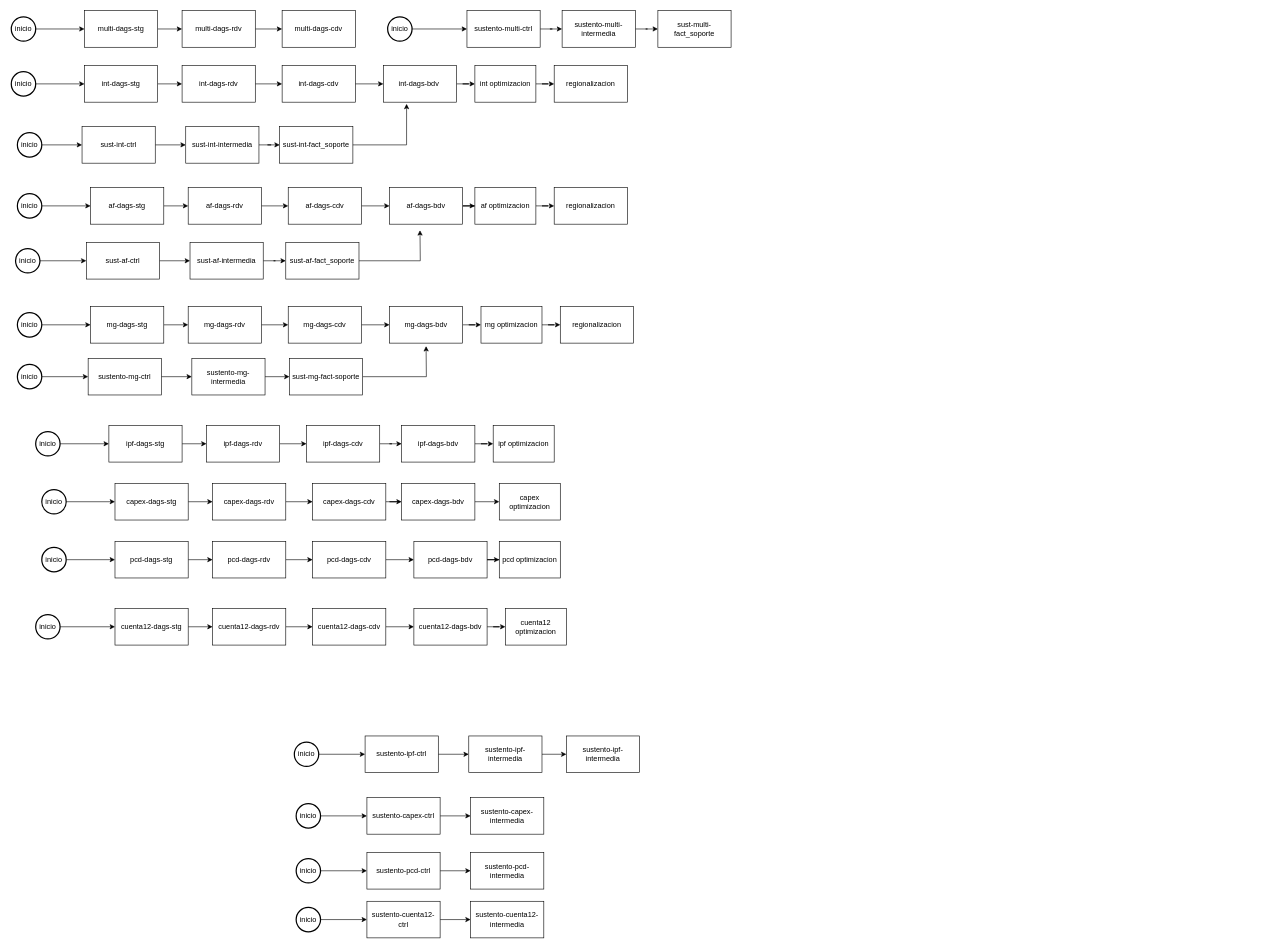
This is diagrama-orquestado-airflow.drawio from carlsromec/procesos-diagramas, a draw.io file, before an edit. Source tidied: cells renumbered, new cells numbered last; positions are measured from the earlier drawing's top-left corner, leaving out a move shared by most shapes. Both pictures are drawn from the tidied source at 61%, with x=0, y=0 at pixel (11, 10).
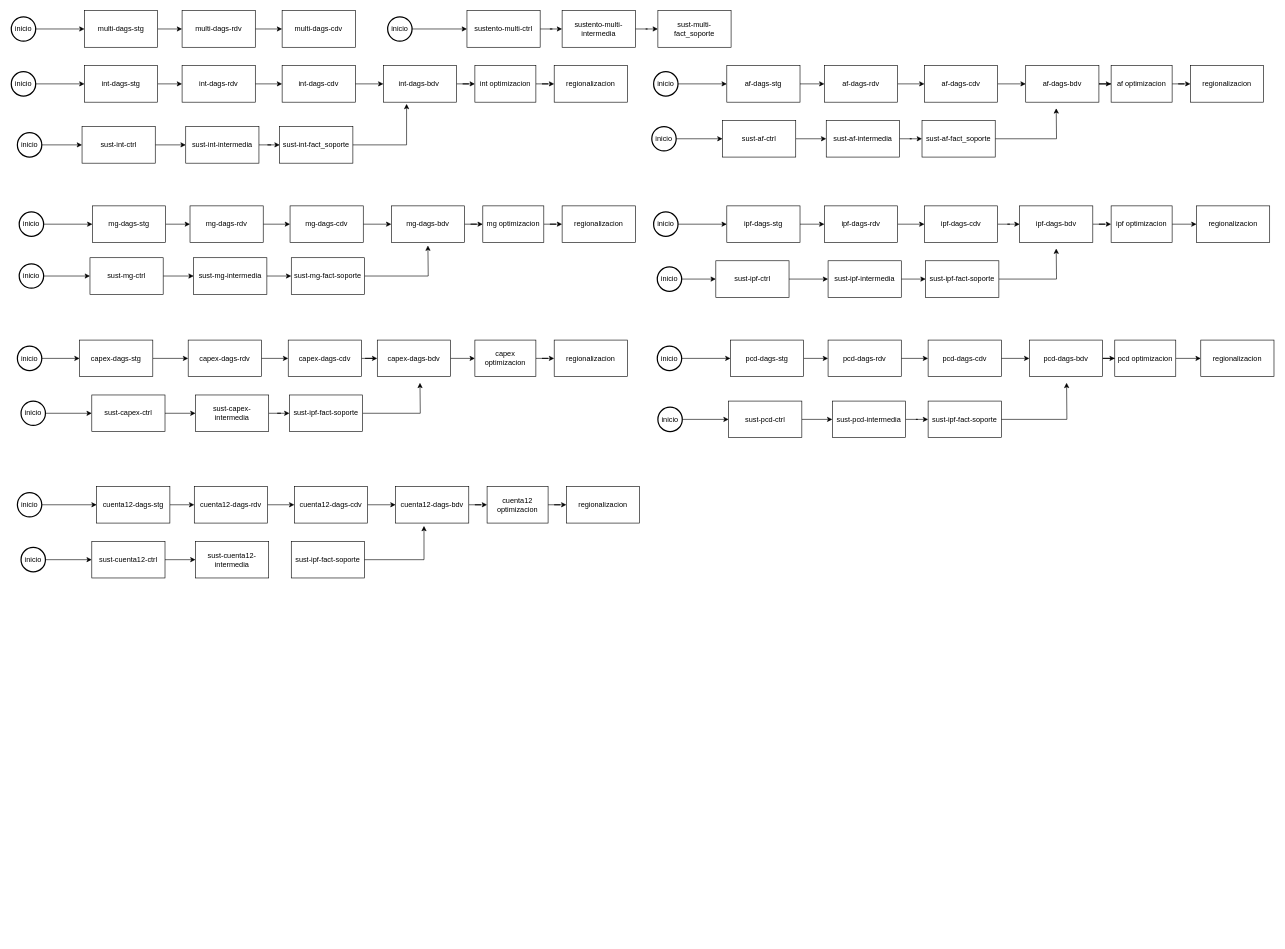
After the change.

The edit, as a diff of the source:
```diff
@@
     <mxCell id="16" value="af-dags-stg" style="rounded=0;whiteSpace=wrap;html=1;" parent="1" vertex="1">
-      <mxGeometry x="130" y="290" width="120" height="60" as="geometry" />
+      <mxGeometry x="1173" y="90" width="120" height="60" as="geometry" />
     </mxCell>
@@
     <mxCell id="18" value="af-dags-rdv" style="rounded=0;whiteSpace=wrap;html=1;" parent="1" vertex="1">
-      <mxGeometry x="290" y="290" width="120" height="60" as="geometry" />
+      <mxGeometry x="1333" y="90" width="120" height="60" as="geometry" />
     </mxCell>
@@
     <mxCell id="20" value="af-dags-cdv" style="rounded=0;whiteSpace=wrap;html=1;" parent="1" vertex="1">
-      <mxGeometry x="454" y="290" width="120" height="60" as="geometry" />
+      <mxGeometry x="1497" y="90" width="120" height="60" as="geometry" />
     </mxCell>
@@
     <mxCell id="22" value="af-dags-bdv" style="rounded=0;whiteSpace=wrap;html=1;" parent="1" vertex="1">
-      <mxGeometry x="620" y="290" width="120" height="60" as="geometry" />
+      <mxGeometry x="1663" y="90" width="120" height="60" as="geometry" />
     </mxCell>
@@
     <mxCell id="24" value="mg-dags-stg" style="rounded=0;whiteSpace=wrap;html=1;" parent="1" vertex="1">
-      <mxGeometry x="130" y="485" width="120" height="60" as="geometry" />
+      <mxGeometry x="133" y="320" width="120" height="60" as="geometry" />
     </mxCell>
@@
     <mxCell id="26" value="mg-dags-rdv" style="rounded=0;whiteSpace=wrap;html=1;" parent="1" vertex="1">
-      <mxGeometry x="290" y="485" width="120" height="60" as="geometry" />
+      <mxGeometry x="293" y="320" width="120" height="60" as="geometry" />
     </mxCell>
@@
     <mxCell id="28" value="mg-dags-cdv" style="rounded=0;whiteSpace=wrap;html=1;" parent="1" vertex="1">
-      <mxGeometry x="454" y="485" width="120" height="60" as="geometry" />
+      <mxGeometry x="457" y="320" width="120" height="60" as="geometry" />
     </mxCell>
@@
     <mxCell id="30" value="mg-dags-bdv" style="rounded=0;whiteSpace=wrap;html=1;" parent="1" vertex="1">
-      <mxGeometry x="620" y="485" width="120" height="60" as="geometry" />
+      <mxGeometry x="623" y="320" width="120" height="60" as="geometry" />
     </mxCell>
@@
     <mxCell id="32" value="ipf-dags-stg" style="rounded=0;whiteSpace=wrap;html=1;" parent="1" vertex="1">
-      <mxGeometry x="160" y="680" width="120" height="60" as="geometry" />
+      <mxGeometry x="1173" y="320" width="120" height="60" as="geometry" />
     </mxCell>
@@
     <mxCell id="34" value="ipf-dags-rdv" style="rounded=0;whiteSpace=wrap;html=1;" parent="1" vertex="1">
-      <mxGeometry x="320" y="680" width="120" height="60" as="geometry" />
+      <mxGeometry x="1333" y="320" width="120" height="60" as="geometry" />
     </mxCell>
@@
     <mxCell id="36" value="ipf-dags-cdv" style="rounded=0;whiteSpace=wrap;html=1;" parent="1" vertex="1">
-      <mxGeometry x="484" y="680" width="120" height="60" as="geometry" />
+      <mxGeometry x="1497" y="320" width="120" height="60" as="geometry" />
     </mxCell>
@@
     <mxCell id="38" value="ipf-dags-bdv" style="rounded=0;whiteSpace=wrap;html=1;" parent="1" vertex="1">
-      <mxGeometry x="640" y="680" width="120" height="60" as="geometry" />
+      <mxGeometry x="1653" y="320" width="120" height="60" as="geometry" />
     </mxCell>
@@
     <mxCell id="44" value="inicio" style="strokeWidth=2;html=1;shape=mxgraph.flowchart.start_2;whiteSpace=wrap;" parent="1" vertex="1">
-      <mxGeometry x="10" y="300" width="40" height="40" as="geometry" />
+      <mxGeometry x="1053" y="100" width="40" height="40" as="geometry" />
     </mxCell>
@@
     <mxCell id="46" value="inicio" style="strokeWidth=2;html=1;shape=mxgraph.flowchart.start_2;whiteSpace=wrap;" parent="1" vertex="1">
-      <mxGeometry x="10" y="495" width="40" height="40" as="geometry" />
+      <mxGeometry x="13" y="330" width="40" height="40" as="geometry" />
     </mxCell>
@@
     <mxCell id="48" value="inicio" style="strokeWidth=2;html=1;shape=mxgraph.flowchart.start_2;whiteSpace=wrap;" parent="1" vertex="1">
-      <mxGeometry x="40" y="690" width="40" height="40" as="geometry" />
+      <mxGeometry x="1053" y="330" width="40" height="40" as="geometry" />
     </mxCell>
@@
     <mxCell id="50" value="capex-dags-stg" style="rounded=0;whiteSpace=wrap;html=1;" parent="1" vertex="1">
-      <mxGeometry x="170" y="775" width="120" height="60" as="geometry" />
+      <mxGeometry x="112" y="540" width="120" height="60" as="geometry" />
     </mxCell>
@@
     <mxCell id="52" value="capex-dags-rdv" style="rounded=0;whiteSpace=wrap;html=1;" parent="1" vertex="1">
-      <mxGeometry x="330" y="775" width="120" height="60" as="geometry" />
+      <mxGeometry x="290" y="540" width="120" height="60" as="geometry" />
     </mxCell>
@@
     <mxCell id="54" value="capex-dags-cdv" style="rounded=0;whiteSpace=wrap;html=1;" parent="1" vertex="1">
-      <mxGeometry x="494" y="775" width="120" height="60" as="geometry" />
+      <mxGeometry x="454" y="540" width="120" height="60" as="geometry" />
     </mxCell>
@@
     <mxCell id="56" value="capex-dags-bdv" style="rounded=0;whiteSpace=wrap;html=1;" parent="1" vertex="1">
-      <mxGeometry x="640" y="775" width="120" height="60" as="geometry" />
+      <mxGeometry x="600" y="540" width="120" height="60" as="geometry" />
     </mxCell>
@@
     <mxCell id="58" value="inicio" style="strokeWidth=2;html=1;shape=mxgraph.flowchart.start_2;whiteSpace=wrap;" parent="1" vertex="1">
-      <mxGeometry x="50" y="785" width="40" height="40" as="geometry" />
+      <mxGeometry x="10" y="550" width="40" height="40" as="geometry" />
     </mxCell>
@@
     <mxCell id="60" value="pcd-dags-stg" style="rounded=0;whiteSpace=wrap;html=1;" parent="1" vertex="1">
-      <mxGeometry x="170" y="870" width="120" height="60" as="geometry" />
+      <mxGeometry x="1179" y="540" width="120" height="60" as="geometry" />
     </mxCell>
@@
     <mxCell id="62" value="pcd-dags-rdv" style="rounded=0;whiteSpace=wrap;html=1;" parent="1" vertex="1">
-      <mxGeometry x="330" y="870" width="120" height="60" as="geometry" />
+      <mxGeometry x="1339" y="540" width="120" height="60" as="geometry" />
     </mxCell>
@@
     <mxCell id="64" value="pcd-dags-cdv" style="rounded=0;whiteSpace=wrap;html=1;" parent="1" vertex="1">
-      <mxGeometry x="494" y="870" width="120" height="60" as="geometry" />
+      <mxGeometry x="1503" y="540" width="120" height="60" as="geometry" />
     </mxCell>
@@
     <mxCell id="66" value="pcd-dags-bdv" style="rounded=0;whiteSpace=wrap;html=1;" parent="1" vertex="1">
-      <mxGeometry x="660" y="870" width="120" height="60" as="geometry" />
+      <mxGeometry x="1669" y="540" width="120" height="60" as="geometry" />
     </mxCell>
@@
     <mxCell id="68" value="inicio" style="strokeWidth=2;html=1;shape=mxgraph.flowchart.start_2;whiteSpace=wrap;" parent="1" vertex="1">
-      <mxGeometry x="50" y="880" width="40" height="40" as="geometry" />
+      <mxGeometry x="1059" y="550" width="40" height="40" as="geometry" />
     </mxCell>
@@
     <mxCell id="70" value="cuenta12-dags-stg" style="rounded=0;whiteSpace=wrap;html=1;" parent="1" vertex="1">
-      <mxGeometry x="170" y="980" width="120" height="60" as="geometry" />
+      <mxGeometry x="140" y="780" width="120" height="60" as="geometry" />
     </mxCell>
@@
     <mxCell id="72" value="cuenta12-dags-rdv" style="rounded=0;whiteSpace=wrap;html=1;" parent="1" vertex="1">
-      <mxGeometry x="330" y="980" width="120" height="60" as="geometry" />
+      <mxGeometry x="300" y="780" width="120" height="60" as="geometry" />
     </mxCell>
@@
     <mxCell id="74" value="cuenta12-dags-cdv" style="rounded=0;whiteSpace=wrap;html=1;" parent="1" vertex="1">
-      <mxGeometry x="494" y="980" width="120" height="60" as="geometry" />
+      <mxGeometry x="464" y="780" width="120" height="60" as="geometry" />
     </mxCell>
@@
     <mxCell id="76" value="cuenta12-dags-bdv" style="rounded=0;whiteSpace=wrap;html=1;" parent="1" vertex="1">
-      <mxGeometry x="660" y="980" width="120" height="60" as="geometry" />
+      <mxGeometry x="630" y="780" width="120" height="60" as="geometry" />
     </mxCell>
@@
     <mxCell id="78" value="inicio" style="strokeWidth=2;html=1;shape=mxgraph.flowchart.start_2;whiteSpace=wrap;" parent="1" vertex="1">
-      <mxGeometry x="40" y="990" width="40" height="40" as="geometry" />
+      <mxGeometry x="10" y="790" width="40" height="40" as="geometry" />
     </mxCell>
@@
     <mxCell id="89" value="af optimizacion" style="rounded=0;whiteSpace=wrap;html=1;" parent="1" vertex="1">
-      <mxGeometry x="760" y="290" width="100" height="60" as="geometry" />
+      <mxGeometry x="1803" y="90" width="100" height="60" as="geometry" />
     </mxCell>
@@
     <mxCell id="91" value="mg optimizacion" style="rounded=0;whiteSpace=wrap;html=1;" parent="1" vertex="1">
-      <mxGeometry x="770" y="485" width="100" height="60" as="geometry" />
+      <mxGeometry x="773" y="320" width="100" height="60" as="geometry" />
     </mxCell>
+    <mxCell id="145" style="edgeStyle=orthogonalEdgeStyle;rounded=0;jettySize=auto;html=1;" parent="1" edge="1" source="92" target="152">
+      <mxGeometry relative="1" as="geometry" />
+    </mxCell>
     <mxCell id="92" value="ipf optimizacion" style="rounded=0;whiteSpace=wrap;html=1;" parent="1" vertex="1">
-      <mxGeometry x="790" y="680" width="100" height="60" as="geometry" />
+      <mxGeometry x="1803" y="320" width="100" height="60" as="geometry" />
     </mxCell>
+    <mxCell id="146" style="edgeStyle=orthogonalEdgeStyle;rounded=0;jettySize=auto;html=1;" parent="1" edge="1" source="93" target="155">
+      <mxGeometry relative="1" as="geometry" />
+    </mxCell>
     <mxCell id="93" value="capex optimizacion" style="rounded=0;whiteSpace=wrap;html=1;" parent="1" vertex="1">
-      <mxGeometry x="800" y="775" width="100" height="60" as="geometry" />
+      <mxGeometry x="760" y="540" width="100" height="60" as="geometry" />
     </mxCell>
+    <mxCell id="147" style="edgeStyle=orthogonalEdgeStyle;rounded=0;jettySize=auto;html=1;" parent="1" edge="1" source="94" target="158">
+      <mxGeometry relative="1" as="geometry" />
+    </mxCell>
     <mxCell id="94" value="pcd optimizacion" style="rounded=0;whiteSpace=wrap;html=1;" parent="1" vertex="1">
-      <mxGeometry x="800" y="870" width="100" height="60" as="geometry" />
+      <mxGeometry x="1809" y="540" width="100" height="60" as="geometry" />
     </mxCell>
+    <mxCell id="148" style="edgeStyle=orthogonalEdgeStyle;rounded=0;jettySize=auto;html=1;" parent="1" edge="1" source="95" target="161">
+      <mxGeometry relative="1" as="geometry" />
+    </mxCell>
     <mxCell id="95" value="cuenta12 optimizacion" style="rounded=0;whiteSpace=wrap;html=1;" parent="1" vertex="1">
-      <mxGeometry x="810" y="980" width="100" height="60" as="geometry" />
+      <mxGeometry x="780" y="780" width="100" height="60" as="geometry" />
     </mxCell>
@@
     <mxCell id="103" value="sust-af-ctrl" style="rounded=0;whiteSpace=wrap;html=1;" parent="1" vertex="1">
-      <mxGeometry x="123" y="380" width="120" height="60" as="geometry" />
+      <mxGeometry x="1166" y="180" width="120" height="60" as="geometry" />
     </mxCell>
@@
     <mxCell id="105" value="inicio" style="strokeWidth=2;html=1;shape=mxgraph.flowchart.start_2;whiteSpace=wrap;" parent="1" vertex="1">
-      <mxGeometry x="7" y="390" width="40" height="40" as="geometry" />
+      <mxGeometry x="1050" y="190" width="40" height="40" as="geometry" />
     </mxCell>
@@
     <mxCell id="107" value="sust-af-intermedia" style="rounded=0;whiteSpace=wrap;html=1;" parent="1" vertex="1">
-      <mxGeometry x="293" y="380" width="120" height="60" as="geometry" />
+      <mxGeometry x="1336" y="180" width="120" height="60" as="geometry" />
     </mxCell>
@@
-    <mxCell id="109" value="sustento-ipf-ctrl" style="rounded=0;whiteSpace=wrap;html=1;" parent="1" vertex="1">
-      <mxGeometry x="580" y="1189" width="120" height="60" as="geometry" />
+    <mxCell id="109" value="sust-ipf-ctrl" style="rounded=0;whiteSpace=wrap;html=1;" parent="1" vertex="1">
+      <mxGeometry x="1155" y="410" width="120" height="60" as="geometry" />
     </mxCell>
@@
     <mxCell id="111" value="inicio" style="strokeWidth=2;html=1;shape=mxgraph.flowchart.start_2;whiteSpace=wrap;" parent="1" vertex="1">
-      <mxGeometry x="464" y="1199" width="40" height="40" as="geometry" />
+      <mxGeometry x="1059" y="420" width="40" height="40" as="geometry" />
     </mxCell>
@@
-    <mxCell id="113" value="sustento-ipf-intermedia" style="rounded=0;whiteSpace=wrap;html=1;" parent="1" vertex="1">
-      <mxGeometry x="750" y="1189" width="120" height="60" as="geometry" />
+    <mxCell id="113" value="sust-ipf-intermedia" style="rounded=0;whiteSpace=wrap;html=1;" parent="1" vertex="1">
+      <mxGeometry x="1339" y="410" width="120" height="60" as="geometry" />
     </mxCell>
@@
-    <mxCell id="115" value="sustento-mg-ctrl" style="rounded=0;whiteSpace=wrap;html=1;" parent="1" vertex="1">
-      <mxGeometry x="126" y="570" width="120" height="60" as="geometry" />
+    <mxCell id="115" value="sust-mg-ctrl" style="rounded=0;whiteSpace=wrap;html=1;" parent="1" vertex="1">
+      <mxGeometry x="129" y="405" width="120" height="60" as="geometry" />
     </mxCell>
@@
     <mxCell id="117" value="inicio" style="strokeWidth=2;html=1;shape=mxgraph.flowchart.start_2;whiteSpace=wrap;" parent="1" vertex="1">
-      <mxGeometry x="10" y="580" width="40" height="40" as="geometry" />
+      <mxGeometry x="13" y="415" width="40" height="40" as="geometry" />
     </mxCell>
@@
-    <mxCell id="119" value="sustento-mg-intermedia" style="rounded=0;whiteSpace=wrap;html=1;" parent="1" vertex="1">
-      <mxGeometry x="296" y="570" width="120" height="60" as="geometry" />
+    <mxCell id="119" value="sust-mg-intermedia" style="rounded=0;whiteSpace=wrap;html=1;" parent="1" vertex="1">
+      <mxGeometry x="299" y="405" width="120" height="60" as="geometry" />
     </mxCell>
@@
-    <mxCell id="121" value="sustento-capex-ctrl" style="rounded=0;whiteSpace=wrap;html=1;" parent="1" vertex="1">
-      <mxGeometry x="583" y="1290" width="120" height="60" as="geometry" />
+    <mxCell id="121" value="sust-capex-ctrl" style="rounded=0;whiteSpace=wrap;html=1;" parent="1" vertex="1">
+      <mxGeometry x="132" y="630" width="120" height="60" as="geometry" />
     </mxCell>
@@
     <mxCell id="123" value="inicio" style="strokeWidth=2;html=1;shape=mxgraph.flowchart.start_2;whiteSpace=wrap;" parent="1" vertex="1">
-      <mxGeometry x="467" y="1300" width="40" height="40" as="geometry" />
+      <mxGeometry x="16" y="640" width="40" height="40" as="geometry" />
     </mxCell>
+    <mxCell id="149" style="edgeStyle=orthogonalEdgeStyle;rounded=0;jettySize=auto;html=1;" parent="1" edge="1" source="124" target="154">
+      <mxGeometry relative="1" as="geometry" />
+    </mxCell>
-    <mxCell id="124" value="sustento-capex-intermedia" style="rounded=0;whiteSpace=wrap;html=1;" parent="1" vertex="1">
-      <mxGeometry x="753" y="1290" width="120" height="60" as="geometry" />
+    <mxCell id="124" value="sust-capex-intermedia" style="rounded=0;whiteSpace=wrap;html=1;" parent="1" vertex="1">
+      <mxGeometry x="302" y="630" width="120" height="60" as="geometry" />
     </mxCell>
@@
-    <mxCell id="126" value="sustento-pcd-ctrl" style="rounded=0;whiteSpace=wrap;html=1;" parent="1" vertex="1">
-      <mxGeometry x="583" y="1380" width="120" height="60" as="geometry" />
+    <mxCell id="126" value="sust-pcd-ctrl" style="rounded=0;whiteSpace=wrap;html=1;" parent="1" vertex="1">
+      <mxGeometry x="1176" y="640" width="120" height="60" as="geometry" />
     </mxCell>
@@
     <mxCell id="128" value="inicio" style="strokeWidth=2;html=1;shape=mxgraph.flowchart.start_2;whiteSpace=wrap;" parent="1" vertex="1">
-      <mxGeometry x="467" y="1390" width="40" height="40" as="geometry" />
+      <mxGeometry x="1060" y="650" width="40" height="40" as="geometry" />
     </mxCell>
+    <mxCell id="150" style="edgeStyle=orthogonalEdgeStyle;rounded=0;jettySize=auto;html=1;" parent="1" edge="1" source="129" target="157">
+      <mxGeometry relative="1" as="geometry" />
+    </mxCell>
-    <mxCell id="129" value="sustento-pcd-intermedia" style="rounded=0;whiteSpace=wrap;html=1;" parent="1" vertex="1">
-      <mxGeometry x="753" y="1380" width="120" height="60" as="geometry" />
+    <mxCell id="129" value="sust-pcd-intermedia" style="rounded=0;whiteSpace=wrap;html=1;" parent="1" vertex="1">
+      <mxGeometry x="1346" y="640" width="120" height="60" as="geometry" />
     </mxCell>
@@
-    <mxCell id="131" value="sustento-cuenta12-ctrl" style="rounded=0;whiteSpace=wrap;html=1;" parent="1" vertex="1">
-      <mxGeometry x="583" y="1460" width="120" height="60" as="geometry" />
+    <mxCell id="131" value="sust-cuenta12-ctrl" style="rounded=0;whiteSpace=wrap;html=1;" parent="1" vertex="1">
+      <mxGeometry x="132" y="870" width="120" height="60" as="geometry" />
     </mxCell>
@@
     <mxCell id="133" value="inicio" style="strokeWidth=2;html=1;shape=mxgraph.flowchart.start_2;whiteSpace=wrap;" parent="1" vertex="1">
-      <mxGeometry x="467" y="1470" width="40" height="40" as="geometry" />
+      <mxGeometry x="16" y="880" width="40" height="40" as="geometry" />
     </mxCell>
-    <mxCell id="134" value="sustento-cuenta12-intermedia" style="rounded=0;whiteSpace=wrap;html=1;" parent="1" vertex="1">
-      <mxGeometry x="753" y="1460" width="120" height="60" as="geometry" />
+    <mxCell id="134" value="sust-cuenta12-intermedia" style="rounded=0;whiteSpace=wrap;html=1;" parent="1" vertex="1">
+      <mxGeometry x="302" y="870" width="120" height="60" as="geometry" />
     </mxCell>
+    <mxCell id="151" style="edgeStyle=orthogonalEdgeStyle;rounded=0;jettySize=auto;html=1;" parent="1" edge="1" source="135">
+      <mxGeometry relative="1" as="geometry">
+        <mxPoint x="1713" y="390" as="targetPoint" />
+      </mxGeometry>
+    </mxCell>
-    <mxCell id="135" value="sustento-ipf-intermedia" style="rounded=0;whiteSpace=wrap;html=1;" parent="1" vertex="1">
-      <mxGeometry x="910" y="1189" width="120" height="60" as="geometry" />
+    <mxCell id="135" value="sust-ipf-fact-soporte" style="rounded=0;whiteSpace=wrap;html=1;" parent="1" vertex="1">
+      <mxGeometry x="1499" y="410" width="120" height="60" as="geometry" />
     </mxCell>
@@
     <mxCell id="139" style="edgeStyle=orthogonalEdgeStyle;rounded=0;jettySize=auto;html=1;" parent="1" edge="1" source="140">
       <mxGeometry relative="1" as="geometry">
-        <mxPoint x="670" y="360" as="targetPoint" />
+        <mxPoint x="1713" y="160" as="targetPoint" />
       </mxGeometry>
     </mxCell>
     <mxCell id="140" value="sust-af-fact_soporte" style="rounded=0;whiteSpace=wrap;html=1;" parent="1" vertex="1">
-      <mxGeometry x="450" y="380" width="120" height="60" as="geometry" />
+      <mxGeometry x="1493" y="180" width="120" height="60" as="geometry" />
     </mxCell>
     <mxCell id="141" value="regionalizacion" style="rounded=0;whiteSpace=wrap;html=1;" parent="1" vertex="1">
-      <mxGeometry x="890" y="290" width="120" height="60" as="geometry" />
+      <mxGeometry x="1933" y="90" width="120" height="60" as="geometry" />
     </mxCell>
     <mxCell id="142" style="edgeStyle=orthogonalEdgeStyle;rounded=0;jettySize=auto;html=1;" parent="1" edge="1" source="143">
       <mxGeometry relative="1" as="geometry">
-        <mxPoint x="680" y="550" as="targetPoint" />
+        <mxPoint x="683" y="385" as="targetPoint" />
       </mxGeometry>
     </mxCell>
     <mxCell id="143" value="sust-mg-fact-soporte" style="rounded=0;whiteSpace=wrap;html=1;" parent="1" vertex="1">
-      <mxGeometry x="456" y="570" width="120" height="60" as="geometry" />
+      <mxGeometry x="459" y="405" width="120" height="60" as="geometry" />
     </mxCell>
     <mxCell id="144" value="regionalizacion" style="rounded=0;whiteSpace=wrap;html=1;" parent="1" vertex="1">
-      <mxGeometry x="900" y="485" width="120" height="60" as="geometry" />
+      <mxGeometry x="903" y="320" width="120" height="60" as="geometry" />
     </mxCell>
+    <mxCell id="152" value="regionalizacion" style="rounded=0;whiteSpace=wrap;html=1;" parent="1" vertex="1">
+      <mxGeometry x="1943" y="320" width="120" height="60" as="geometry" />
+    </mxCell>
+    <mxCell id="153" style="edgeStyle=orthogonalEdgeStyle;rounded=0;jettySize=auto;html=1;" parent="1" edge="1" source="154">
+      <mxGeometry relative="1" as="geometry">
+        <mxPoint x="670" y="610" as="targetPoint" />
+      </mxGeometry>
+    </mxCell>
+    <mxCell id="154" value="sust-ipf-fact-soporte" style="rounded=0;whiteSpace=wrap;html=1;" parent="1" vertex="1">
+      <mxGeometry x="456" y="630" width="120" height="60" as="geometry" />
+    </mxCell>
+    <mxCell id="155" value="regionalizacion" style="rounded=0;whiteSpace=wrap;html=1;" parent="1" vertex="1">
+      <mxGeometry x="890" y="540" width="120" height="60" as="geometry" />
+    </mxCell>
+    <mxCell id="156" style="edgeStyle=orthogonalEdgeStyle;rounded=0;jettySize=auto;html=1;" parent="1" edge="1" source="157">
+      <mxGeometry relative="1" as="geometry">
+        <mxPoint x="1730" y="610" as="targetPoint" />
+      </mxGeometry>
+    </mxCell>
+    <mxCell id="157" value="sust-ipf-fact-soporte" style="rounded=0;whiteSpace=wrap;html=1;" parent="1" vertex="1">
+      <mxGeometry x="1503" y="640" width="120" height="60" as="geometry" />
+    </mxCell>
+    <mxCell id="158" value="regionalizacion" style="rounded=0;whiteSpace=wrap;html=1;" parent="1" vertex="1">
+      <mxGeometry x="1950" y="540" width="120" height="60" as="geometry" />
+    </mxCell>
+    <mxCell id="159" value="sust-ipf-fact-soporte" style="rounded=0;whiteSpace=wrap;html=1;" parent="1" vertex="1">
+      <mxGeometry x="459" y="870" width="120" height="60" as="geometry" />
+    </mxCell>
+    <mxCell id="160" style="edgeStyle=orthogonalEdgeStyle;rounded=0;jettySize=auto;html=1;entryX=0.388;entryY=1.078;entryDx=0;entryDy=0;entryPerimeter=0;" parent="1" edge="1" source="159" target="76">
+      <mxGeometry relative="1" as="geometry" />
+    </mxCell>
+    <mxCell id="161" value="regionalizacion" style="rounded=0;whiteSpace=wrap;html=1;" parent="1" vertex="1">
+      <mxGeometry x="910" y="780" width="120" height="60" as="geometry" />
+    </mxCell>
```
